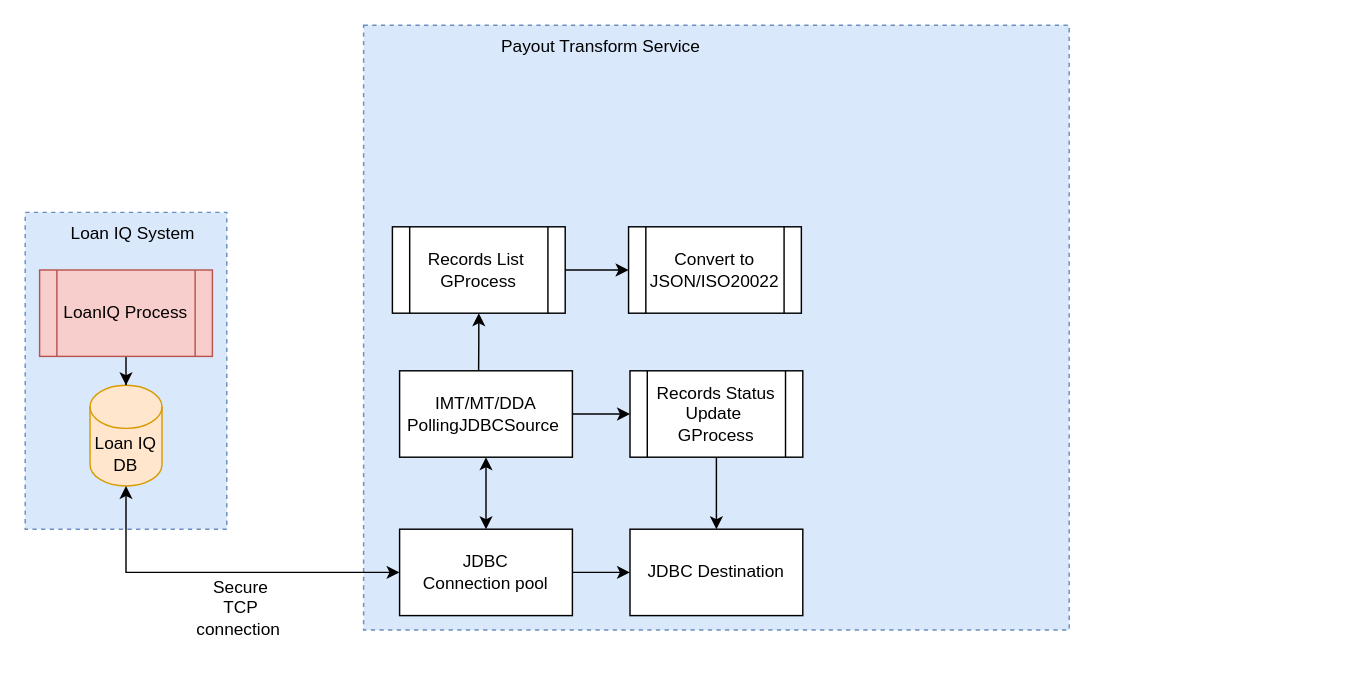
thrivikramarajarao/easy_test_domain keeps this draw.io diagram as Untitled Diagram.drawio. Above is the earlier version. Source tidied: cells renumbered, new cells numbered last; positions are measured from the earlier drawing's top-left corner, leaving out a move shared by most shapes. Both pictures are drawn from the tidied source at 144%, with x=0, y=0 at pixel (24, 24).
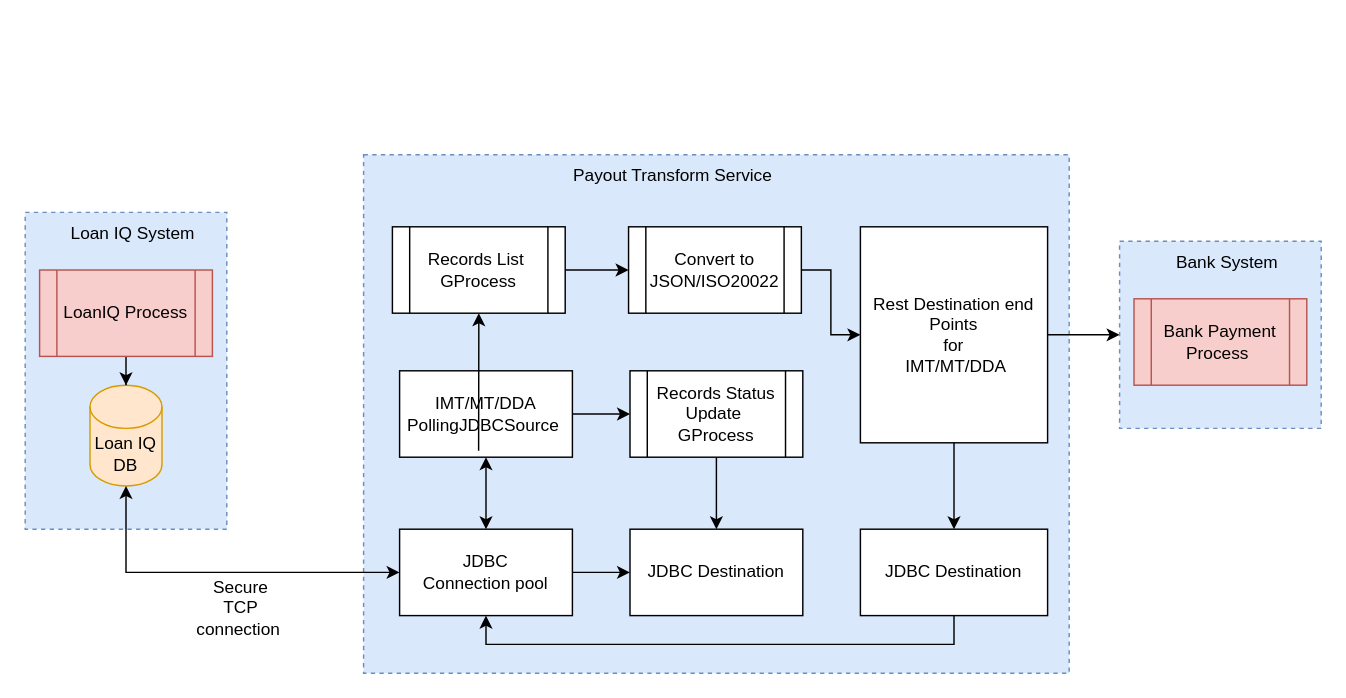
After the change.

Unchanged cells that the change refers to:
```xml
<mxCell id="10" value="JDBC&lt;br&gt;Connection pool" style="rounded=0;whiteSpace=wrap;html=1;" parent="1" vertex="1">
  <mxGeometry x="260" y="350" width="120" height="60" as="geometry" />
</mxCell>
<mxCell id="22" value="Convert to JSON/ISO20022" style="shape=process;whiteSpace=wrap;html=1;backgroundOutline=1;" parent="1" vertex="1">
  <mxGeometry x="419" y="140" width="120" height="60" as="geometry" />
</mxCell>
```

The edit, as a diff of the source:
```diff
@@
     <mxCell id="7" style="rounded=0;whiteSpace=wrap;html=1;dashed=1;fillColor=#dae8fc;strokeColor=#6c8ebf;" parent="1" vertex="1">
-      <mxGeometry x="235" width="490" height="420" as="geometry" />
+      <mxGeometry x="235" y="90" width="490" height="360" as="geometry" />
     </mxCell>
     <mxCell id="8" value="Payout Transform Service" style="text;html=1;strokeColor=none;fillColor=none;align=center;verticalAlign=middle;whiteSpace=wrap;rounded=0;dashed=1;" parent="1" vertex="1">
-      <mxGeometry x="290" width="220" height="30" as="geometry" />
+      <mxGeometry x="340" y="90" width="220" height="30" as="geometry" />
     </mxCell>
@@
+    <mxCell id="23" style="edgeStyle=orthogonalEdgeStyle;rounded=0;jettySize=auto;html=1;exitX=0.5;exitY=1;exitDx=0;exitDy=0;entryX=0.5;entryY=1;entryDx=0;entryDy=0;startArrow=classic;startFill=1;endArrow=none;endFill=0;" parent="1" edge="1" source="10" target="31">
+      <mxGeometry relative="1" as="geometry" />
+    </mxCell>
@@
+    <mxCell id="24" style="edgeStyle=orthogonalEdgeStyle;rounded=0;jettySize=auto;html=1;entryX=1;entryY=0.5;entryDx=0;entryDy=0;startArrow=classic;startFill=1;endArrow=none;endFill=0;" parent="1" edge="1" source="25" target="22">
+      <mxGeometry relative="1" as="geometry" />
+    </mxCell>
+    <mxCell id="25" value="Rest Destination end Points &lt;br&gt;for&lt;br&gt;&amp;nbsp;IMT/MT/DDA" style="rounded=0;whiteSpace=wrap;html=1;" parent="1" vertex="1">
+      <mxGeometry x="580" y="140" width="130" height="150" as="geometry" />
+    </mxCell>
+    <mxCell id="26" style="edgeStyle=orthogonalEdgeStyle;rounded=0;jettySize=auto;html=1;exitX=0;exitY=0.5;exitDx=0;exitDy=0;entryX=1;entryY=0.5;entryDx=0;entryDy=0;startArrow=classic;startFill=1;endArrow=none;endFill=0;" parent="1" edge="1" source="27" target="25">
+      <mxGeometry relative="1" as="geometry" />
+    </mxCell>
+    <mxCell id="27" style="rounded=0;whiteSpace=wrap;html=1;dashed=1;fillColor=#dae8fc;strokeColor=#6c8ebf;" parent="1" vertex="1">
+      <mxGeometry x="760" y="150" width="140" height="130" as="geometry" />
+    </mxCell>
+    <mxCell id="28" value="Bank System" style="text;html=1;strokeColor=none;fillColor=none;align=center;verticalAlign=middle;whiteSpace=wrap;rounded=0;" parent="1" vertex="1">
+      <mxGeometry x="790" y="150" width="90" height="30" as="geometry" />
+    </mxCell>
+    <mxCell id="29" value="Bank Payment Process&amp;nbsp;" style="shape=process;whiteSpace=wrap;html=1;backgroundOutline=1;fillColor=#f8cecc;strokeColor=#b85450;" parent="1" vertex="1">
+      <mxGeometry x="770" y="190" width="120" height="60" as="geometry" />
+    </mxCell>
+    <mxCell id="30" style="edgeStyle=orthogonalEdgeStyle;rounded=0;jettySize=auto;html=1;exitX=0.5;exitY=0;exitDx=0;exitDy=0;entryX=0.5;entryY=1;entryDx=0;entryDy=0;startArrow=classic;startFill=1;endArrow=none;endFill=0;" parent="1" edge="1" source="31" target="25">
+      <mxGeometry relative="1" as="geometry" />
+    </mxCell>
+    <mxCell id="31" value="JDBC Destination" style="rounded=0;whiteSpace=wrap;html=1;" parent="1" vertex="1">
+      <mxGeometry x="580" y="350" width="130" height="60" as="geometry" />
+    </mxCell>
```
